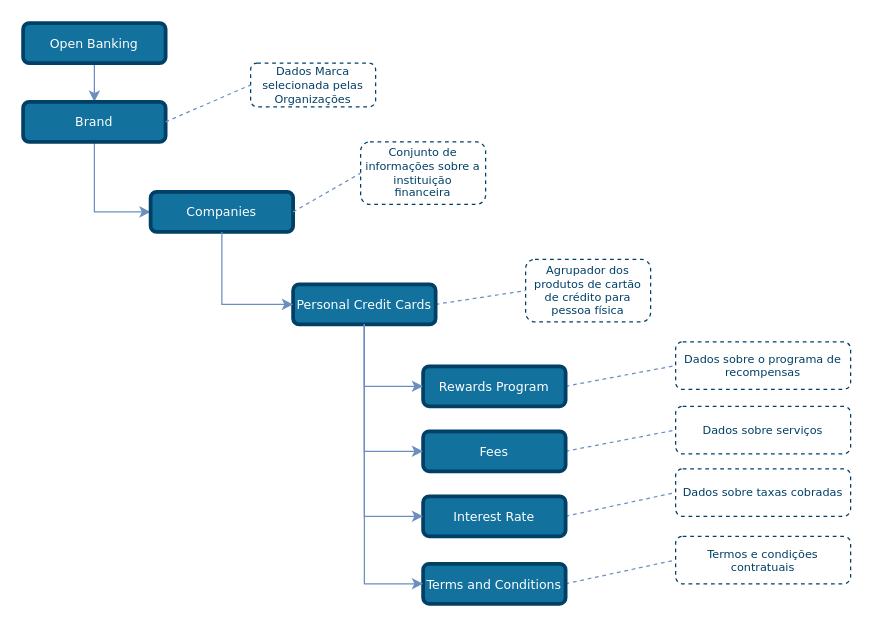
The draw.io diagram draw_io_diagrams/TLD_Personal_Credit_Cards_v1.drawio in OpenBanking-Brasil/areadesenvolvedor, before the edit. Source tidied: cells renumbered, new cells numbered last; positions are measured from the earlier drawing's top-left corner, leaving out a move shared by most shapes. Both pictures are drawn from the tidied source at 125%, with x=0, y=0 at pixel (22, 22).
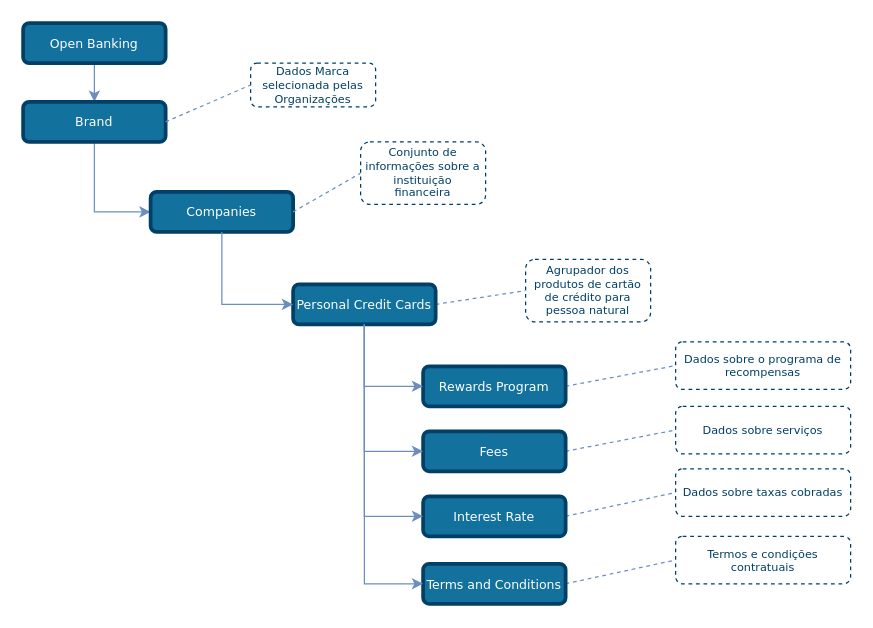
The same page after the edit.

Commit message (it also covers changes not shown here):
alteração diagramas e fotos PN em produtos e serv

What changed in the source:
```diff
@@
-    <mxCell id="9" value="&lt;font style=&quot;font-size: 9px&quot;&gt;Agrupador dos produtos de cartão de crédito para pessoa física&lt;/font&gt;" style="rounded=1;whiteSpace=wrap;html=1;shadow=0;comic=0;strokeColor=#003F66;strokeWidth=1;fillColor=#ffffff;fontFamily=Verdana;fontSize=9;fontColor=#003F66;dashed=1;spacingLeft=5;spacing=0;spacingRight=5;spacingBottom=5;spacingTop=5;align=center;verticalAlign=middle;gradientColor=#ffffff;" parent="1" vertex="1">
+    <mxCell id="9" value="&lt;font style=&quot;font-size: 9px&quot;&gt;Agrupador dos produtos de cartão de crédito para pessoa natural&lt;/font&gt;" style="rounded=1;whiteSpace=wrap;html=1;shadow=0;comic=0;strokeColor=#003F66;strokeWidth=1;fillColor=#ffffff;fontFamily=Verdana;fontSize=9;fontColor=#003F66;dashed=1;spacingLeft=5;spacing=0;spacingRight=5;spacingBottom=5;spacingTop=5;align=center;verticalAlign=middle;gradientColor=#ffffff;" parent="1" vertex="1">
       <mxGeometry x="402" y="189" width="100" height="50" as="geometry" />
     </mxCell>
```
